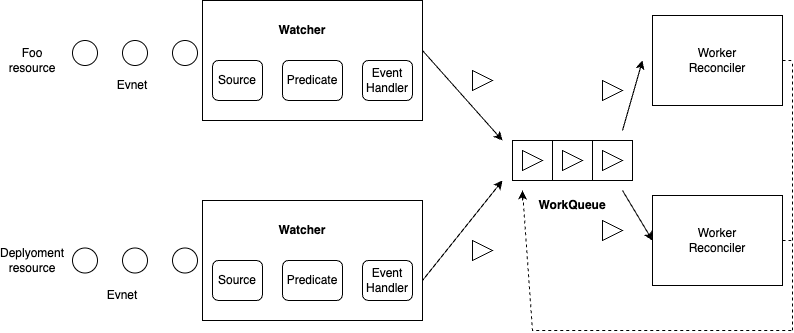
Before: images/controller.png, a diagram exported from draw.io (Rwatana/foo-controller-k8s). Source tidied: cells renumbered, new cells last; positions are measured from the earlier drawing's top-left corner, leaving out a move shared by most shapes.
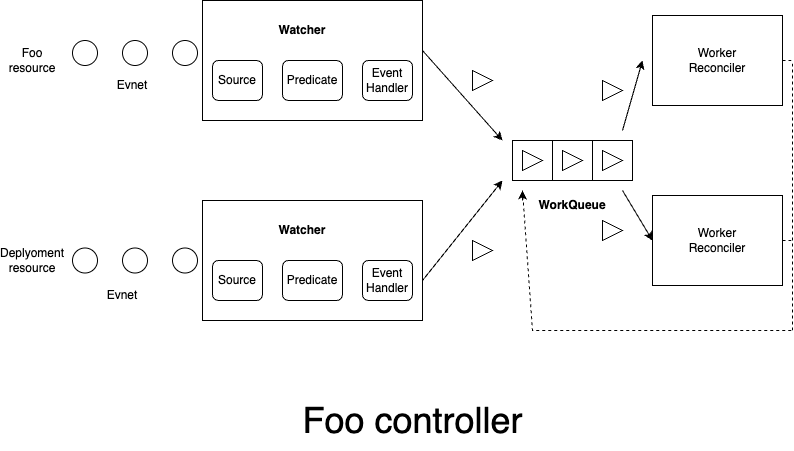
After the commit.

Commit message:
controller.png を更新します

What changed in the source:
```diff
@@ -183,5 +183,8 @@
         <mxPoint x="520" y="190" as="targetPoint" />
       </mxGeometry>
     </mxCell>
+    <mxCell id="53" value="&lt;font style=&quot;font-size: 36px;&quot;&gt;Foo controller&lt;/font&gt;" style="text;html=1;align=center;verticalAlign=middle;strokeColor=none;fillColor=none;" parent="1" vertex="1">
+      <mxGeometry x="290" y="390" width="240" height="60" as="geometry" />
+    </mxCell>
   </root>
 </mxGraphModel>
```
